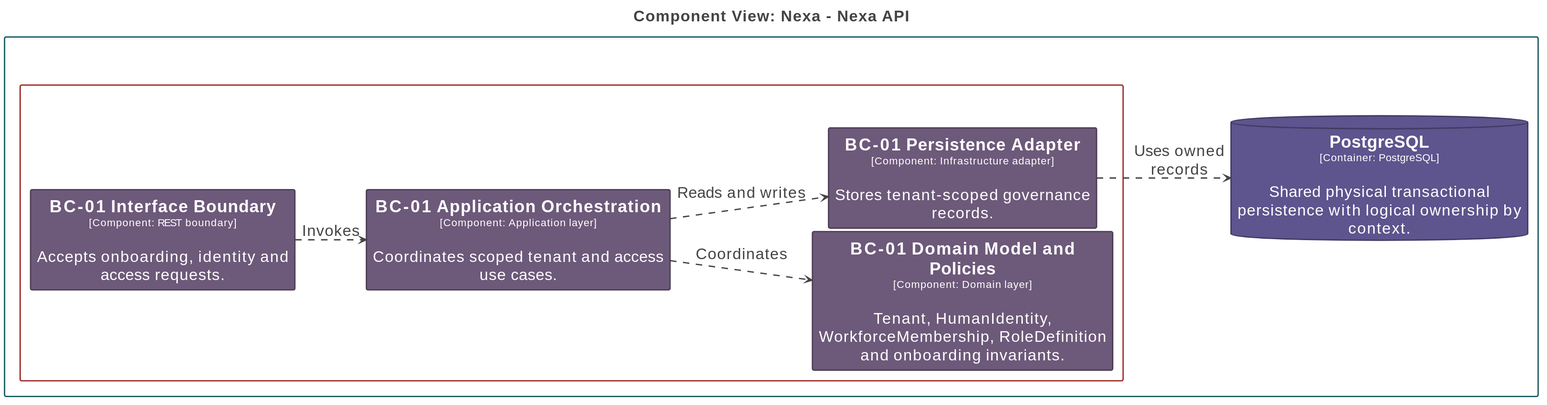
This is report/assets/chapter-2/c4/Nexa-API-BC-01-TenantAccessGovernance.svg from nexa-suite/mobile-report, a PlantUML export, as it was before one commit.
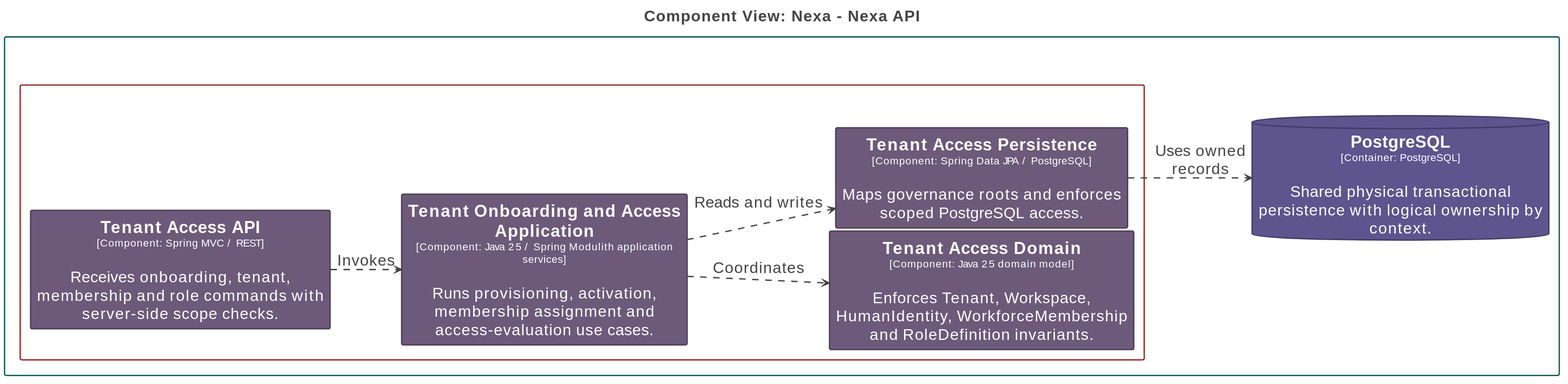
Above is the later version.

The edit, as a diff of the source:
```diff
@@ -71,17 +71,17 @@
 
 rectangle "Nexa\n<size:16>[Software System]</size>" <<Boundary-TmV4YQ==>> {
   rectangle "Nexa API\n<size:16>[Container: Java 25 / Spring Boot 4.1 / Spring Modulith]</size>" <<Boundary-TmV4YSBBUEk=>> {
-    rectangle "==BC-01 Interface Boundary\n<size:16>[Component: REST boundary]</size>\n\nAccepts onboarding, identity and access requests." <<Element-RWxlbWVudCxDb21wb25lbnQ=>> as Nexa.NexaAPI.BC01InterfaceBoundary
-    rectangle "==BC-01 Application Orchestration\n<size:16>[Component: Application layer]</size>\n\nCoordinates scoped tenant and access use cases." <<Element-RWxlbWVudCxDb21wb25lbnQ=>> as Nexa.NexaAPI.BC01ApplicationOrchestration
-    rectangle "==BC-01 Domain Model and Policies\n<size:16>[Component: Domain layer]</size>\n\nTenant, HumanIdentity, WorkforceMembership, RoleDefinition and onboarding invariants." <<Element-RWxlbWVudCxDb21wb25lbnQ=>> as Nexa.NexaAPI.BC01DomainModelandPolicies
-    rectangle "==BC-01 Persistence Adapter\n<size:16>[Component: Infrastructure adapter]</size>\n\nStores tenant-scoped governance records." <<Element-RWxlbWVudCxDb21wb25lbnQ=>> as Nexa.NexaAPI.BC01PersistenceAdapter
+    rectangle "==Tenant Access API\n<size:16>[Component: Spring MVC / REST]</size>\n\nReceives onboarding, tenant, membership and role commands with server-side scope checks." <<Element-RWxlbWVudCxDb21wb25lbnQ=>> as Nexa.NexaAPI.TenantAccessAPI
+    rectangle "==Tenant Onboarding and Access Application\n<size:16>[Component: Java 25 / Spring Modulith application services]</size>\n\nRuns provisioning, activation, membership assignment and access-evaluation use cases." <<Element-RWxlbWVudCxDb21wb25lbnQ=>> as Nexa.NexaAPI.TenantOnboardingandAccessApplication
+    rectangle "==Tenant Access Domain\n<size:16>[Component: Java 25 domain model]</size>\n\nEnforces Tenant, Workspace, HumanIdentity, WorkforceMembership and RoleDefinition invariants." <<Element-RWxlbWVudCxDb21wb25lbnQ=>> as Nexa.NexaAPI.TenantAccessDomain
+    rectangle "==Tenant Access Persistence\n<size:16>[Component: Spring Data JPA / PostgreSQL]</size>\n\nMaps governance roots and enforces scoped PostgreSQL access." <<Element-RWxlbWVudCxDb21wb25lbnQ=>> as Nexa.NexaAPI.TenantAccessPersistence
   }
 
   database "==PostgreSQL\n<size:16>[Container: PostgreSQL]</size>\n\nShared physical transactional persistence with logical ownership by context." <<Element-RWxlbWVudCxDb250YWluZXIsRGF0YWJhc2U=>> as Nexa.PostgreSQL
 }
 
-Nexa.NexaAPI.BC01InterfaceBoundary --> Nexa.NexaAPI.BC01ApplicationOrchestration <<Relationship-UmVsYXRpb25zaGlw>> : "Invokes"
-Nexa.NexaAPI.BC01ApplicationOrchestration --> Nexa.NexaAPI.BC01DomainModelandPolicies <<Relationship-UmVsYXRpb25zaGlw>> : "Coordinates"
-Nexa.NexaAPI.BC01ApplicationOrchestration --> Nexa.NexaAPI.BC01PersistenceAdapter <<Relationship-UmVsYXRpb25zaGlw>> : "Reads and writes"
-Nexa.NexaAPI.BC01PersistenceAdapter --> Nexa.PostgreSQL <<Relationship-UmVsYXRpb25zaGlw>> : "Uses owned records"
+Nexa.NexaAPI.TenantAccessAPI --> Nexa.NexaAPI.TenantOnboardingandAccessApplication <<Relationship-UmVsYXRpb25zaGlw>> : "Invokes"
+Nexa.NexaAPI.TenantOnboardingandAccessApplication --> Nexa.NexaAPI.TenantAccessDomain <<Relationship-UmVsYXRpb25zaGlw>> : "Coordinates"
+Nexa.NexaAPI.TenantOnboardingandAccessApplication --> Nexa.NexaAPI.TenantAccessPersistence <<Relationship-UmVsYXRpb25zaGlw>> : "Reads and writes"
+Nexa.NexaAPI.TenantAccessPersistence --> Nexa.PostgreSQL <<Relationship-UmVsYXRpb25zaGlw>> : "Uses owned records"
 @enduml
```
